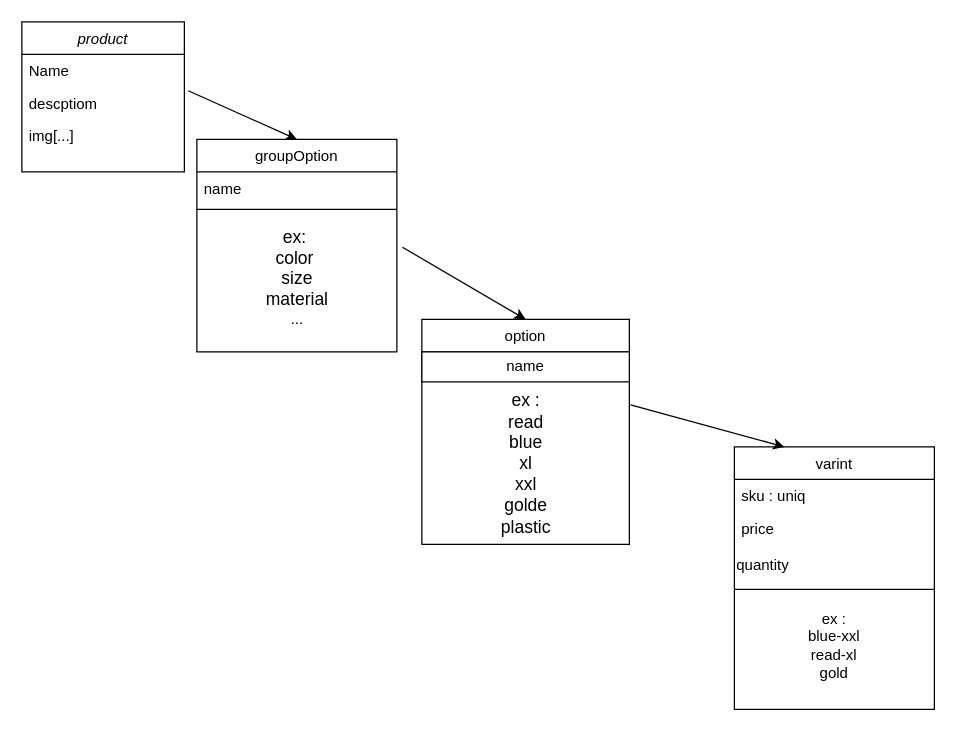
The draw.io diagram Untitled Diagram.drawio in okbach/diagram, before the edit. Source tidied: cells renumbered, new cells numbered last; positions are measured from the earlier drawing's top-left corner, leaving out a move shared by most shapes. Both pictures are drawn from the tidied source at 125%, with x=0, y=0 at pixel (21, 21).
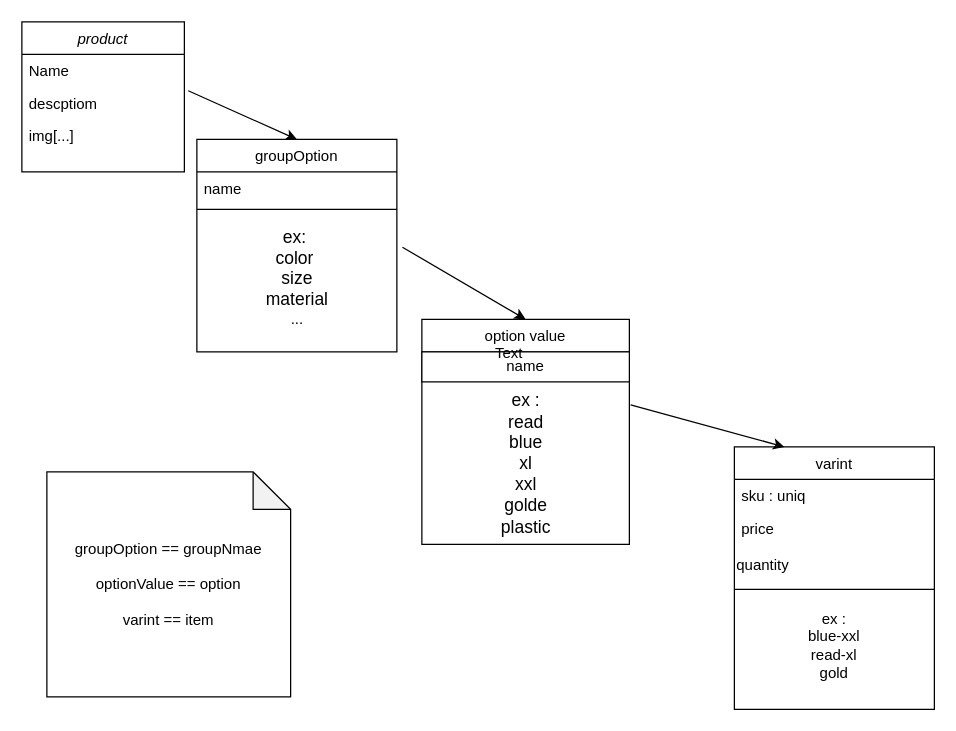
After the change.

Change to the diagram source:
```diff
@@
-    <mxCell id="12" value="option&#10;" style="swimlane;fontStyle=0;align=center;verticalAlign=top;horizontal=1;startSize=26;rounded=0;shadow=0;strokeWidth=1;" parent="1" vertex="1">
+    <mxCell id="12" value="option value&#10;" style="swimlane;fontStyle=0;align=center;verticalAlign=top;horizontal=1;startSize=26;rounded=0;shadow=0;strokeWidth=1;" parent="1" vertex="1">
       <mxGeometry x="320" y="238" width="166" height="180" as="geometry" />
     </mxCell>
@@
+    <mxCell id="22" value="Text" style="text;html=1;align=center;verticalAlign=middle;whiteSpace=wrap;rounded=0;" parent="1" vertex="1">
+      <mxGeometry x="360" y="250" width="60" height="30" as="geometry" />
+    </mxCell>
+    <mxCell id="23" value="groupOption == groupNmae&lt;div&gt;&lt;br&gt;&lt;/div&gt;&lt;div&gt;optionValue == option&lt;/div&gt;&lt;div&gt;&lt;br&gt;&lt;/div&gt;&lt;div&gt;varint == item&lt;/div&gt;" style="shape=note;whiteSpace=wrap;html=1;backgroundOutline=1;darkOpacity=0.05;" parent="1" vertex="1">
+      <mxGeometry x="20" y="360" width="195" height="180" as="geometry" />
+    </mxCell>
```
